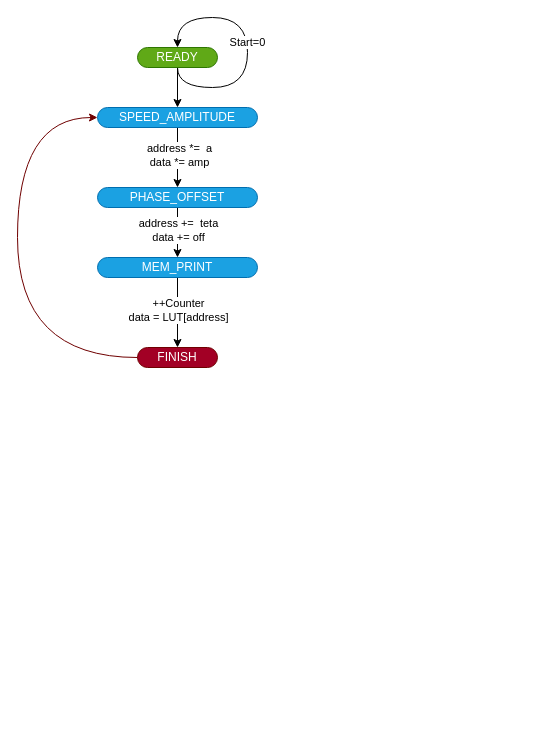
hammasattila/Sapientia-2020-FPGA-Project keeps this draw.io diagram as page "GeneratorTri" (2 of 2) of diagrams.drawio. Above is the earlier version. Source tidied: cells renumbered, new cells numbered last; positions are measured from the earlier drawing's top-left corner, leaving out a move shared by most shapes. Both pictures are drawn from the tidied source at 100%, with x=0, y=0 at pixel (17, 17).
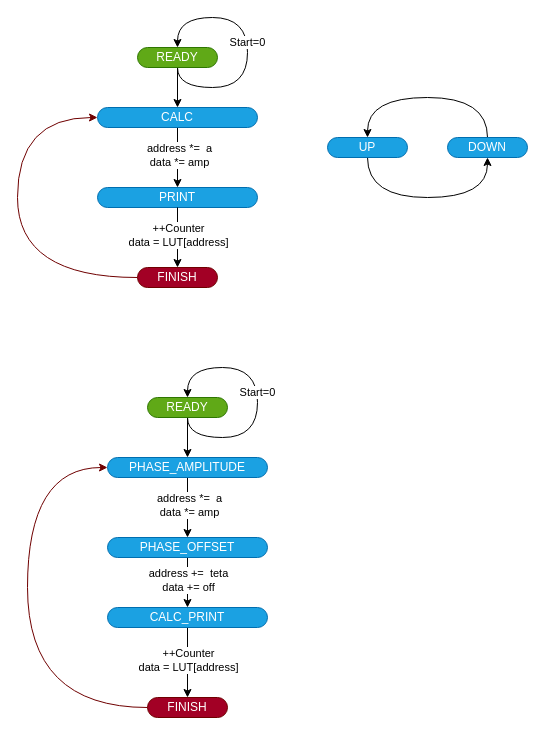
The same page after the edit.

The edit, as a diff of the source:
```diff
@@
-    <mxCell id="6" style="edgeStyle=orthogonalEdgeStyle;rounded=0;jettySize=auto;html=1;" parent="1" edge="1" source="8" target="11">
-      <mxGeometry relative="1" as="geometry" />
-    </mxCell>
-    <mxCell id="7" value="address +=&amp;nbsp; teta&lt;br&gt;data += off" style="edgeLabel;html=1;align=center;verticalAlign=middle;" parent="6" vertex="1">
-      <mxGeometry x="-0.13" relative="1" as="geometry" />
-    </mxCell>
-    <mxCell id="8" value="PHASE_&lt;span style=&quot;&quot;&gt;OFFSET&lt;/span&gt;" style="rounded=1;whiteSpace=wrap;html=1;arcSize=50;fillColor=#1ba1e2;strokeColor=#006EAF;fontColor=#ffffff;" parent="1" vertex="1">
+    <mxCell id="8" value="PRINT" style="rounded=1;whiteSpace=wrap;html=1;arcSize=50;fillColor=#1ba1e2;strokeColor=#006EAF;fontColor=#ffffff;" parent="1" vertex="1">
       <mxGeometry x="80" y="170" width="160" height="20" as="geometry" />
     </mxCell>
-    <mxCell id="9" style="edgeStyle=orthogonalEdgeStyle;rounded=0;jettySize=auto;html=1;entryX=0.5;entryY=0;entryDx=0;entryDy=0;" parent="1" edge="1" source="11" target="13">
+    <mxCell id="9" style="edgeStyle=orthogonalEdgeStyle;rounded=0;jettySize=auto;html=1;entryX=0.5;entryY=0;entryDx=0;entryDy=0;exitX=0.5;exitY=1;exitDx=0;exitDy=0;" parent="1" edge="1" source="8" target="13">
       <mxGeometry relative="1" as="geometry" />
     </mxCell>
@@
-    <mxCell id="11" value="MEM_&lt;span style=&quot;&quot;&gt;PRINT&lt;/span&gt;" style="rounded=1;whiteSpace=wrap;html=1;arcSize=50;fillColor=#1ba1e2;strokeColor=#006EAF;fontColor=#ffffff;" parent="1" vertex="1">
-      <mxGeometry x="80" y="240" width="160" height="20" as="geometry" />
-    </mxCell>
     <mxCell id="12" style="edgeStyle=orthogonalEdgeStyle;rounded=0;jettySize=auto;html=1;exitX=0;exitY=0.5;exitDx=0;exitDy=0;entryX=0;entryY=0.5;entryDx=0;entryDy=0;curved=1;fillColor=#a20025;strokeColor=#6F0000;" parent="1" edge="1" source="13" target="16">
       <mxGeometry relative="1" as="geometry">
         <Array as="points">
-          <mxPoint y="340" />
+          <mxPoint y="260" />
           <mxPoint y="100" />
         </Array>
       </mxGeometry>
     </mxCell>
     <mxCell id="13" value="FINISH" style="rounded=1;whiteSpace=wrap;html=1;arcSize=50;fillColor=#a20025;strokeColor=#6F0000;fontColor=#ffffff;" parent="1" vertex="1">
-      <mxGeometry x="120" y="330" width="80" height="20" as="geometry" />
+      <mxGeometry x="120" y="250" width="80" height="20" as="geometry" />
     </mxCell>
@@
-    <mxCell id="16" value="SPEED_&lt;span style=&quot;&quot;&gt;AMPLITUDE&lt;/span&gt;" style="rounded=1;whiteSpace=wrap;html=1;arcSize=50;fillColor=#1ba1e2;strokeColor=#006EAF;fontColor=#ffffff;" parent="1" vertex="1">
+    <mxCell id="16" value="CALC" style="rounded=1;whiteSpace=wrap;html=1;arcSize=50;fillColor=#1ba1e2;strokeColor=#006EAF;fontColor=#ffffff;" parent="1" vertex="1">
       <mxGeometry x="80" y="90" width="160" height="20" as="geometry" />
     </mxCell>
+    <mxCell id="17" style="edgeStyle=orthogonalEdgeStyle;rounded=0;jettySize=auto;html=1;exitX=0.5;exitY=1;exitDx=0;exitDy=0;entryX=0.5;entryY=1;entryDx=0;entryDy=0;curved=1;" parent="1" edge="1" source="18" target="20">
+      <mxGeometry relative="1" as="geometry">
+        <Array as="points">
+          <mxPoint x="350" y="180" />
+          <mxPoint x="470" y="180" />
+        </Array>
+      </mxGeometry>
+    </mxCell>
+    <mxCell id="18" value="UP" style="rounded=1;whiteSpace=wrap;html=1;arcSize=50;fillColor=#1ba1e2;strokeColor=#006EAF;fontColor=#ffffff;" parent="1" vertex="1">
+      <mxGeometry x="310" y="120" width="80" height="20" as="geometry" />
+    </mxCell>
+    <mxCell id="19" style="edgeStyle=orthogonalEdgeStyle;rounded=0;jettySize=auto;html=1;entryX=0.5;entryY=0;entryDx=0;entryDy=0;exitX=0.5;exitY=0;exitDx=0;exitDy=0;curved=1;" parent="1" edge="1" source="20" target="18">
+      <mxGeometry relative="1" as="geometry">
+        <Array as="points">
+          <mxPoint x="470" y="80" />
+          <mxPoint x="350" y="80" />
+        </Array>
+      </mxGeometry>
+    </mxCell>
+    <mxCell id="20" value="DOWN" style="rounded=1;whiteSpace=wrap;html=1;arcSize=50;fillColor=#1ba1e2;strokeColor=#006EAF;fontColor=#ffffff;" parent="1" vertex="1">
+      <mxGeometry x="430" y="120" width="80" height="20" as="geometry" />
+    </mxCell>
+    <mxCell id="21" style="edgeStyle=orthogonalEdgeStyle;rounded=0;orthogonalLoop=1;jettySize=auto;html=1;exitX=0.5;exitY=1;exitDx=0;exitDy=0;entryX=0.5;entryY=0;entryDx=0;entryDy=0;curved=1;" parent="1" edge="1" source="24" target="24">
+      <mxGeometry relative="1" as="geometry">
+        <Array as="points">
+          <mxPoint x="170" y="420" />
+          <mxPoint x="240" y="420" />
+          <mxPoint x="240" y="350" />
+          <mxPoint x="170" y="350" />
+        </Array>
+      </mxGeometry>
+    </mxCell>
+    <mxCell id="22" value="Start=0" style="edgeLabel;html=1;align=center;verticalAlign=middle;" parent="21" vertex="1">
+      <mxGeometry x="0.1" y="1" relative="1" as="geometry">
+        <mxPoint y="7.6" as="offset" />
+      </mxGeometry>
+    </mxCell>
+    <mxCell id="23" style="edgeStyle=orthogonalEdgeStyle;rounded=0;jettySize=auto;html=1;entryX=0.5;entryY=0;entryDx=0;entryDy=0;" parent="1" edge="1" source="24" target="34">
+      <mxGeometry relative="1" as="geometry" />
+    </mxCell>
+    <mxCell id="24" value="READY" style="rounded=1;whiteSpace=wrap;html=1;arcSize=50;fillColor=#60a917;strokeColor=#2D7600;fontColor=#ffffff;" parent="1" vertex="1">
+      <mxGeometry x="130" y="380" width="80" height="20" as="geometry" />
+    </mxCell>
+    <mxCell id="25" style="edgeStyle=orthogonalEdgeStyle;rounded=0;jettySize=auto;html=1;" parent="1" edge="1" source="26" target="29">
+      <mxGeometry relative="1" as="geometry" />
+    </mxCell>
+    <mxCell id="7" value="address +=&amp;nbsp; teta&lt;br&gt;data += off" style="edgeLabel;html=1;align=center;verticalAlign=middle;" parent="25" vertex="1">
+      <mxGeometry x="-0.13" relative="1" as="geometry" />
+    </mxCell>
+    <mxCell id="26" value="PHASE_&lt;span style=&quot;&quot;&gt;OFFSET&lt;/span&gt;" style="rounded=1;whiteSpace=wrap;html=1;arcSize=50;fillColor=#1ba1e2;strokeColor=#006EAF;fontColor=#ffffff;" parent="1" vertex="1">
+      <mxGeometry x="90" y="520" width="160" height="20" as="geometry" />
+    </mxCell>
+    <mxCell id="27" style="edgeStyle=orthogonalEdgeStyle;rounded=0;jettySize=auto;html=1;entryX=0.5;entryY=0;entryDx=0;entryDy=0;" parent="1" edge="1" source="29" target="31">
+      <mxGeometry relative="1" as="geometry" />
+    </mxCell>
+    <mxCell id="28" value="++Counter&lt;br&gt;data = LUT[address]" style="edgeLabel;html=1;align=center;verticalAlign=middle;" parent="27" vertex="1">
+      <mxGeometry x="-0.09" relative="1" as="geometry" />
+    </mxCell>
+    <mxCell id="29" value="CALC_&lt;span&gt;PRINT&lt;/span&gt;" style="rounded=1;whiteSpace=wrap;html=1;arcSize=50;fillColor=#1ba1e2;strokeColor=#006EAF;fontColor=#ffffff;" parent="1" vertex="1">
+      <mxGeometry x="90" y="590" width="160" height="20" as="geometry" />
+    </mxCell>
+    <mxCell id="30" style="edgeStyle=orthogonalEdgeStyle;rounded=0;jettySize=auto;html=1;exitX=0;exitY=0.5;exitDx=0;exitDy=0;entryX=0;entryY=0.5;entryDx=0;entryDy=0;curved=1;fillColor=#a20025;strokeColor=#6F0000;" parent="1" edge="1" source="31" target="34">
+      <mxGeometry relative="1" as="geometry">
+        <Array as="points">
+          <mxPoint x="10" y="690" />
+          <mxPoint x="10" y="450" />
+        </Array>
+      </mxGeometry>
+    </mxCell>
+    <mxCell id="31" value="FINISH" style="rounded=1;whiteSpace=wrap;html=1;arcSize=50;fillColor=#a20025;strokeColor=#6F0000;fontColor=#ffffff;" parent="1" vertex="1">
+      <mxGeometry x="130" y="680" width="80" height="20" as="geometry" />
+    </mxCell>
+    <mxCell id="32" style="edgeStyle=orthogonalEdgeStyle;rounded=0;jettySize=auto;html=1;entryX=0.5;entryY=0;entryDx=0;entryDy=0;" parent="1" edge="1" source="34" target="26">
+      <mxGeometry relative="1" as="geometry" />
+    </mxCell>
+    <mxCell id="33" value="address *=&amp;nbsp; a&lt;br&gt;data *= amp" style="edgeLabel;html=1;align=center;verticalAlign=middle;" parent="32" vertex="1">
+      <mxGeometry x="-0.1" y="1" relative="1" as="geometry" />
+    </mxCell>
+    <mxCell id="34" value="PHASE_&lt;span&gt;AMPLITUDE&lt;/span&gt;" style="rounded=1;whiteSpace=wrap;html=1;arcSize=50;fillColor=#1ba1e2;strokeColor=#006EAF;fontColor=#ffffff;" parent="1" vertex="1">
+      <mxGeometry x="90" y="440" width="160" height="20" as="geometry" />
+    </mxCell>
```
